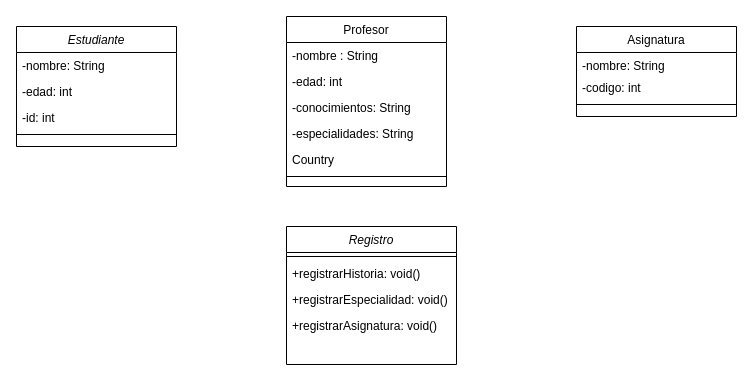
Above: SistemaDeRegistro.drawio in verdugong/Geometry_Sebastian-Verdugo (draw.io), before the change. Source tidied: cells renumbered, new cells numbered last; positions are measured from the earlier drawing's top-left corner, leaving out a move shared by most shapes. Both pictures are drawn from the tidied source at 100%, with x=0, y=0 at pixel (16, 16).
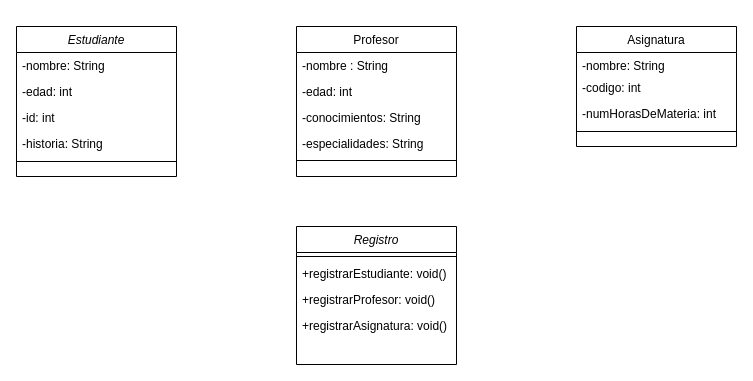
The same diagram, later.

Change to the diagram source:
```diff
@@
     <mxCell id="2" value="Estudiante" style="swimlane;fontStyle=2;align=center;verticalAlign=top;horizontal=1;startSize=26;rounded=0;shadow=0;strokeWidth=1;" parent="1" vertex="1">
-      <mxGeometry y="10" width="160" height="120" as="geometry" />
+      <mxGeometry y="10" width="160" height="150" as="geometry" />
     </mxCell>
@@
+    <mxCell id="23" value="-historia: String" style="text;align=left;verticalAlign=top;spacingLeft=4;spacingRight=4;overflow=hidden;rounded=0;shadow=0;html=0;" parent="2" vertex="1">
+      <mxGeometry y="104" width="160" height="26" as="geometry" />
+    </mxCell>
     <mxCell id="6" style="line;html=1;strokeWidth=1;align=left;verticalAlign=middle;spacingTop=-1;spacingLeft=3;spacingRight=3;labelPosition=right;" parent="2" vertex="1">
-      <mxGeometry y="104" width="160" height="8" as="geometry" />
+      <mxGeometry y="130" width="160" height="10" as="geometry" />
     </mxCell>
     <mxCell id="7" value="Asignatura" style="swimlane;fontStyle=0;align=center;verticalAlign=top;horizontal=1;startSize=26;rounded=0;shadow=0;strokeWidth=1;" parent="1" vertex="1">
-      <mxGeometry x="560" y="10" width="160" height="90" as="geometry" />
+      <mxGeometry x="560" y="10" width="160" height="120" as="geometry" />
     </mxCell>
@@
+    <mxCell id="24" value="-numHorasDeMateria: int" style="text;align=left;verticalAlign=top;spacingLeft=4;spacingRight=4;overflow=hidden;rounded=0;shadow=0;html=0;" parent="7" vertex="1">
+      <mxGeometry y="74" width="160" height="26" as="geometry" />
+    </mxCell>
     <mxCell id="10" style="line;html=1;strokeWidth=1;align=left;verticalAlign=middle;spacingTop=-1;spacingLeft=3;spacingRight=3;labelPosition=right;" parent="7" vertex="1">
-      <mxGeometry y="74" width="160" height="8" as="geometry" />
+      <mxGeometry y="100" width="160" height="10" as="geometry" />
     </mxCell>
     <mxCell id="11" value="Profesor" style="swimlane;fontStyle=0;align=center;verticalAlign=top;horizontal=1;startSize=26;rounded=0;shadow=0;strokeWidth=1;" parent="1" vertex="1">
-      <mxGeometry x="270" width="160" height="170" as="geometry" />
+      <mxGeometry x="280" y="10" width="160" height="150" as="geometry" />
     </mxCell>
@@
-    <mxCell id="16" value="Country" style="text;align=left;verticalAlign=top;spacingLeft=4;spacingRight=4;overflow=hidden;rounded=0;shadow=0;html=0;" parent="11" vertex="1">
-      <mxGeometry y="130" width="160" height="26" as="geometry" />
-    </mxCell>
     <mxCell id="17" style="line;html=1;strokeWidth=1;align=left;verticalAlign=middle;spacingTop=-1;spacingLeft=3;spacingRight=3;labelPosition=right;" parent="11" vertex="1">
-      <mxGeometry y="156" width="160" height="8" as="geometry" />
+      <mxGeometry y="130" width="160" height="8" as="geometry" />
     </mxCell>
     <mxCell id="18" value="Registro" style="swimlane;fontStyle=2;align=center;verticalAlign=top;horizontal=1;startSize=26;rounded=0;shadow=0;strokeWidth=1;" parent="1" vertex="1">
-      <mxGeometry x="270" y="210" width="170" height="138" as="geometry" />
+      <mxGeometry x="280" y="210" width="160" height="138" as="geometry" />
     </mxCell>
     <mxCell id="19" style="line;html=1;strokeWidth=1;align=left;verticalAlign=middle;spacingTop=-1;spacingLeft=3;spacingRight=3;labelPosition=right;" parent="18" vertex="1">
-      <mxGeometry y="26" width="170" height="8" as="geometry" />
+      <mxGeometry y="26" width="160" height="8" as="geometry" />
     </mxCell>
-    <mxCell id="20" value="+registrarHistoria: void()" style="text;align=left;verticalAlign=top;spacingLeft=4;spacingRight=4;overflow=hidden;" parent="18" vertex="1">
-      <mxGeometry y="34" width="170" height="26" as="geometry" />
+    <mxCell id="20" value="+registrarEstudiante: void()" style="text;align=left;verticalAlign=top;spacingLeft=4;spacingRight=4;overflow=hidden;" parent="18" vertex="1">
+      <mxGeometry y="34" width="160" height="26" as="geometry" />
     </mxCell>
-    <mxCell id="21" value="+registrarEspecialidad: void()&#10;" style="text;align=left;verticalAlign=top;spacingLeft=4;spacingRight=4;overflow=hidden;" parent="18" vertex="1">
-      <mxGeometry y="60" width="170" height="26" as="geometry" />
+    <mxCell id="21" value="+registrarProfesor: void()&#10;" style="text;align=left;verticalAlign=top;spacingLeft=4;spacingRight=4;overflow=hidden;" parent="18" vertex="1">
+      <mxGeometry y="60" width="160" height="26" as="geometry" />
     </mxCell>
     <mxCell id="22" value="+registrarAsignatura: void()" style="text;align=left;verticalAlign=top;spacingLeft=4;spacingRight=4;overflow=hidden;" parent="18" vertex="1">
-      <mxGeometry y="86" width="170" height="26" as="geometry" />
+      <mxGeometry y="86" width="160" height="26" as="geometry" />
     </mxCell>
```
